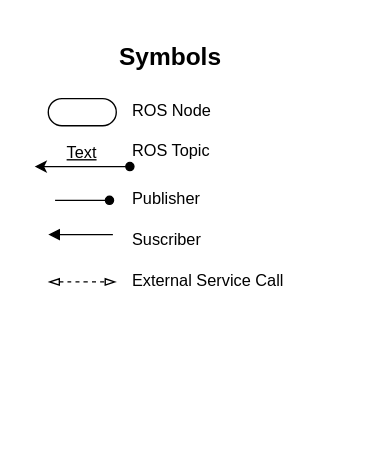
Above: Untitled Diagram.drawio in RoBorregos/robocup-home (draw.io), before the change. Source tidied: cells renumbered, new cells numbered last; positions are measured from the earlier drawing's top-left corner, leaving out a move shared by most shapes. Both pictures are drawn from the tidied source at 136%, with x=0, y=0 at pixel (34, 44).
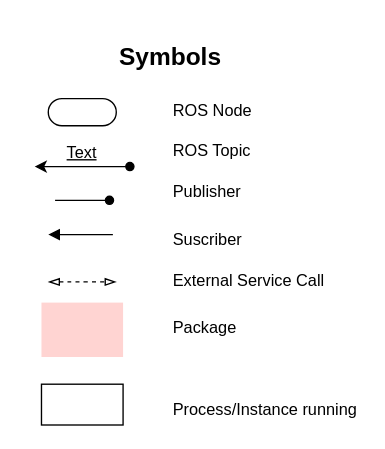
Above is the later version.

The edit, as a diff of the source:
```diff
@@
     <mxCell id="4" value="ROS Node" style="text;html=1;" parent="1" vertex="1">
-      <mxGeometry x="70" y="35" width="80" height="30" as="geometry" />
+      <mxGeometry x="100" y="35" width="80" height="30" as="geometry" />
     </mxCell>
@@
     <mxCell id="6" value="ROS Topic" style="text;html=1;" parent="1" vertex="1">
-      <mxGeometry x="70" y="65" width="80" height="30" as="geometry" />
+      <mxGeometry x="100" y="65" width="80" height="30" as="geometry" />
     </mxCell>
@@
     <mxCell id="9" value="Publisher" style="text;html=1;" parent="1" vertex="1">
-      <mxGeometry x="70" y="100" width="80" height="30" as="geometry" />
+      <mxGeometry x="100" y="95" width="80" height="30" as="geometry" />
     </mxCell>
@@
     <mxCell id="11" value="Suscriber" style="text;html=1;" parent="1" vertex="1">
-      <mxGeometry x="70" y="130" width="80" height="30" as="geometry" />
+      <mxGeometry x="100" y="130" width="80" height="30" as="geometry" />
     </mxCell>
@@
     <mxCell id="13" value="External Service Call" style="text;html=1;" parent="1" vertex="1">
-      <mxGeometry x="70" y="160" width="120" height="30" as="geometry" />
+      <mxGeometry x="100" y="160" width="120" height="30" as="geometry" />
     </mxCell>
+    <mxCell id="14" style="rounded=0;whiteSpace=wrap;html=1;fillColor=#FFD4D2;strokeColor=none;" parent="1" vertex="1">
+      <mxGeometry x="5" y="190" width="60" height="40" as="geometry" />
+    </mxCell>
+    <mxCell id="15" value="Package" style="text;html=1;" parent="1" vertex="1">
+      <mxGeometry x="100" y="195" width="120" height="30" as="geometry" />
+    </mxCell>
+    <mxCell id="16" style="rounded=0;whiteSpace=wrap;html=1;" parent="1" vertex="1">
+      <mxGeometry x="5" y="250" width="60" height="30" as="geometry" />
+    </mxCell>
+    <mxCell id="17" value="Process/Instance running" style="text;html=1;" parent="1" vertex="1">
+      <mxGeometry x="100" y="255" width="140" height="20" as="geometry" />
+    </mxCell>
```
